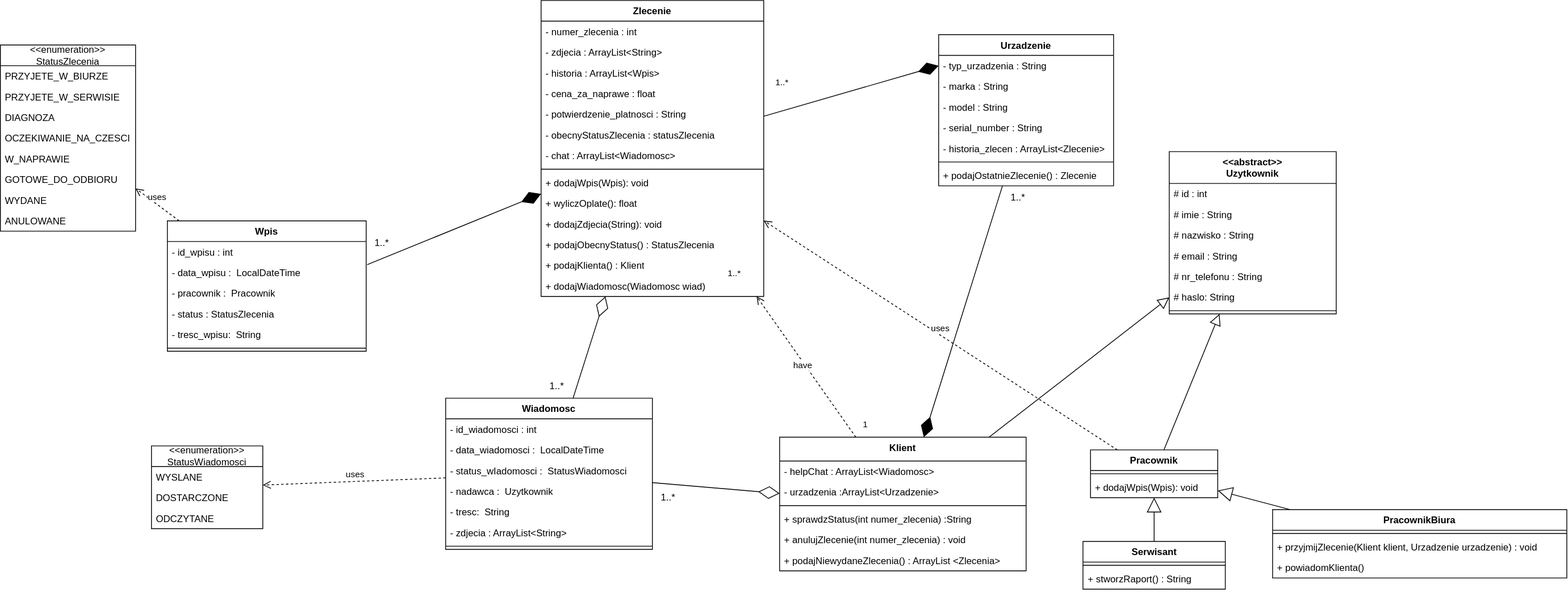
This is DiagramKlas.drawio.svg from pborysq/ProjektIO, a draw.io export, as it was before one commit. Source tidied: cells renumbered, new cells last; positions are measured from the earlier drawing's top-left corner, leaving out a move shared by most shapes.
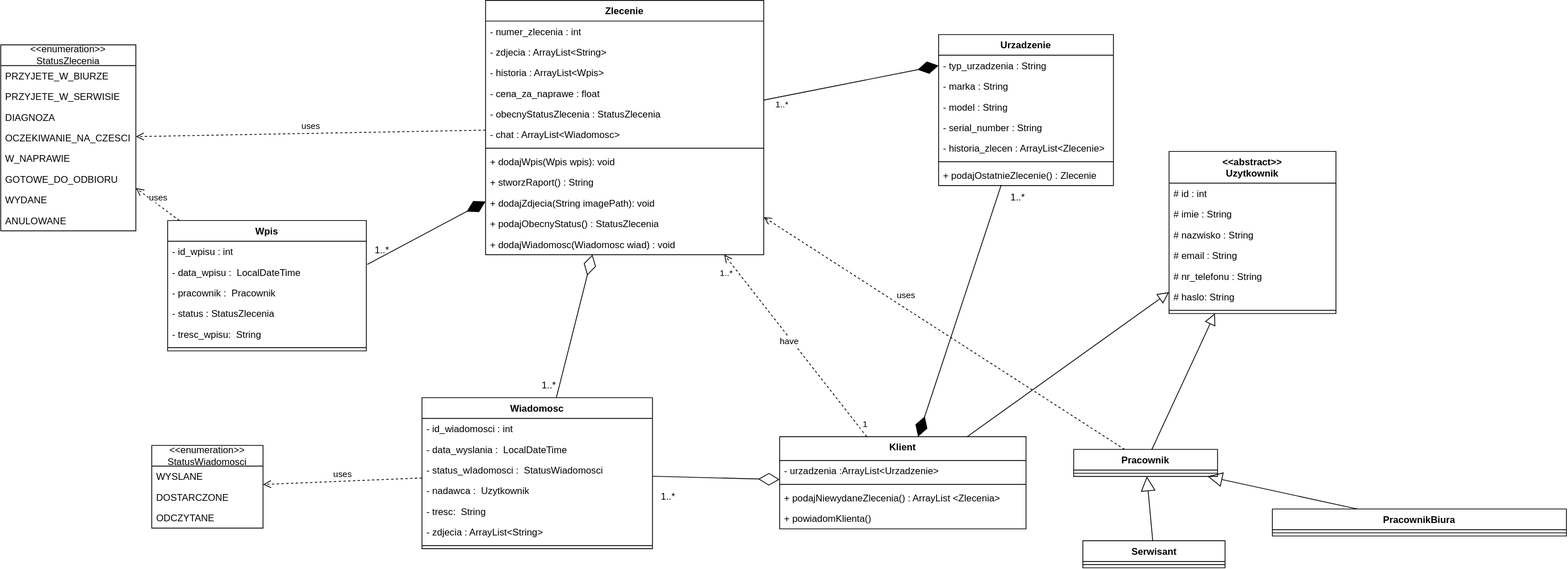
After the change.

Commit message:
diagram stanow 1 i diagram klas poprawiony

Diff of the diagram source:
```diff
@@ -51,70 +51,58 @@
       <mxGeometry y="208" width="170" height="26" as="geometry" />
     </mxCell>
     <mxCell id="18" value="Klient" style="swimlane;fontStyle=1;align=center;verticalAlign=top;horizontal=1;startSize=30;whiteSpace=wrap;html=1;" parent="1" vertex="1">
-      <mxGeometry x="980" y="549" width="310" height="168" as="geometry" />
+      <mxGeometry x="980" y="549" width="310" height="116" as="geometry" />
     </mxCell>
-    <mxCell id="19" value="- helpChat : ArrayList&lt;Wiadomosc&gt;" style="text;align=left;verticalAlign=top;spacingLeft=4;spacingRight=4;overflow=hidden;rounded=0;shadow=0;html=0;" parent="18" vertex="1">
-      <mxGeometry y="30" width="310" height="26" as="geometry" />
-    </mxCell>
     <mxCell id="20" value="- urzadzenia :ArrayList&lt;Urzadzenie&gt;" style="text;align=left;verticalAlign=top;spacingLeft=4;spacingRight=4;overflow=hidden;rounded=0;shadow=0;html=0;" parent="18" vertex="1">
-      <mxGeometry y="56" width="310" height="26" as="geometry" />
+      <mxGeometry y="30" width="310" height="26" as="geometry" />
     </mxCell>
     <mxCell id="21" style="line;strokeWidth=1;fillColor=none;align=left;verticalAlign=middle;spacingTop=-1;spacingLeft=3;spacingRight=3;labelPosition=right;strokeColor=inherit;" parent="18" vertex="1">
-      <mxGeometry y="82" width="310" height="8" as="geometry" />
+      <mxGeometry y="56" width="310" height="8" as="geometry" />
     </mxCell>
-    <mxCell id="22" value="+ sprawdzStatus(int numer_zlecenia) :String" style="text;strokeColor=none;fillColor=none;align=left;verticalAlign=top;spacingLeft=4;spacingRight=4;overflow=hidden;whiteSpace=wrap;html=1;" parent="18" vertex="1">
-      <mxGeometry y="90" width="310" height="26" as="geometry" />
-    </mxCell>
-    <mxCell id="23" value="+ anulujZlecenie(int numer_zlecenia) : void" style="text;strokeColor=none;fillColor=none;align=left;verticalAlign=top;spacingLeft=4;spacingRight=4;overflow=hidden;whiteSpace=wrap;html=1;" parent="18" vertex="1">
-      <mxGeometry y="116" width="310" height="26" as="geometry" />
-    </mxCell>
     <mxCell id="24" value="+ podajNiewydaneZlecenia() : ArrayList &amp;lt;Zlecenia&amp;gt;" style="text;strokeColor=none;fillColor=none;align=left;verticalAlign=top;spacingLeft=4;spacingRight=4;overflow=hidden;whiteSpace=wrap;html=1;" parent="18" vertex="1">
-      <mxGeometry y="142" width="310" height="26" as="geometry" />
+      <mxGeometry y="64" width="310" height="26" as="geometry" />
     </mxCell>
+    <mxCell id="54" value="+ powiadomKlienta()" style="text;strokeColor=none;fillColor=none;align=left;verticalAlign=top;spacingLeft=4;spacingRight=4;overflow=hidden;whiteSpace=wrap;html=1;" parent="18" vertex="1">
+      <mxGeometry y="90" width="310" height="26" as="geometry" />
+    </mxCell>
     <mxCell id="25" value="Zlecenie" style="swimlane;fontStyle=1;align=center;verticalAlign=top;horizontal=1;startSize=26;whiteSpace=wrap;html=1;" parent="1" vertex="1">
-      <mxGeometry x="680" width="280" height="372" as="geometry" />
+      <mxGeometry x="610" width="350" height="320" as="geometry" />
     </mxCell>
     <mxCell id="26" value="- numer_zlecenia : int" style="text;align=left;verticalAlign=top;spacingLeft=4;spacingRight=4;overflow=hidden;" parent="25" vertex="1">
-      <mxGeometry y="26" width="280" height="26" as="geometry" />
+      <mxGeometry y="26" width="350" height="26" as="geometry" />
     </mxCell>
     <mxCell id="27" value="- zdjecia : ArrayList&lt;String&gt;" style="text;align=left;verticalAlign=top;spacingLeft=4;spacingRight=4;overflow=hidden;rounded=0;shadow=0;html=0;" parent="25" vertex="1">
-      <mxGeometry y="52" width="280" height="26" as="geometry" />
+      <mxGeometry y="52" width="350" height="26" as="geometry" />
     </mxCell>
     <mxCell id="28" value="- historia : ArrayList&lt;Wpis&gt;" style="text;align=left;verticalAlign=top;spacingLeft=4;spacingRight=4;overflow=hidden;rounded=0;shadow=0;html=0;" parent="25" vertex="1">
-      <mxGeometry y="78" width="280" height="26" as="geometry" />
+      <mxGeometry y="78" width="350" height="26" as="geometry" />
     </mxCell>
     <mxCell id="29" value="- cena_za_naprawe : float" style="text;align=left;verticalAlign=top;spacingLeft=4;spacingRight=4;overflow=hidden;rounded=0;shadow=0;html=0;" parent="25" vertex="1">
-      <mxGeometry y="104" width="280" height="26" as="geometry" />
+      <mxGeometry y="104" width="350" height="26" as="geometry" />
     </mxCell>
-    <mxCell id="30" value="- potwierdzenie_platnosci : String" style="text;align=left;verticalAlign=top;spacingLeft=4;spacingRight=4;overflow=hidden;rounded=0;shadow=0;html=0;" parent="25" vertex="1">
-      <mxGeometry y="130" width="280" height="26" as="geometry" />
-    </mxCell>
-    <mxCell id="31" value="- obecnyStatusZlecenia : statusZlecenia" style="text;align=left;verticalAlign=top;spacingLeft=4;spacingRight=4;overflow=hidden;rounded=0;shadow=0;html=0;" parent="25" vertex="1">
-      <mxGeometry y="156" width="280" height="26" as="geometry" />
+    <mxCell id="31" value="- obecnyStatusZlecenia : StatusZlecenia" style="text;align=left;verticalAlign=top;spacingLeft=4;spacingRight=4;overflow=hidden;rounded=0;shadow=0;html=0;" parent="25" vertex="1">
+      <mxGeometry y="130" width="350" height="26" as="geometry" />
     </mxCell>
     <mxCell id="32" value="- chat : ArrayList&lt;Wiadomosc&gt;" style="text;align=left;verticalAlign=top;spacingLeft=4;spacingRight=4;overflow=hidden;rounded=0;shadow=0;html=0;" parent="25" vertex="1">
-      <mxGeometry y="182" width="280" height="26" as="geometry" />
+      <mxGeometry y="156" width="350" height="26" as="geometry" />
     </mxCell>
     <mxCell id="33" style="line;strokeWidth=1;fillColor=none;align=left;verticalAlign=middle;spacingTop=-1;spacingLeft=3;spacingRight=3;labelPosition=right;strokeColor=inherit;" parent="25" vertex="1">
-      <mxGeometry y="208" width="280" height="8" as="geometry" />
+      <mxGeometry y="182" width="350" height="8" as="geometry" />
     </mxCell>
-    <mxCell id="34" value="+ dodajWpis(Wpis): void" style="text;strokeColor=none;fillColor=none;align=left;verticalAlign=top;spacingLeft=4;spacingRight=4;overflow=hidden;whiteSpace=wrap;html=1;" parent="25" vertex="1">
-      <mxGeometry y="216" width="280" height="26" as="geometry" />
+    <mxCell id="34" value="+ dodajWpis(Wpis wpis): void" style="text;strokeColor=none;fillColor=none;align=left;verticalAlign=top;spacingLeft=4;spacingRight=4;overflow=hidden;whiteSpace=wrap;html=1;" parent="25" vertex="1">
+      <mxGeometry y="190" width="350" height="26" as="geometry" />
     </mxCell>
-    <mxCell id="35" value="+ wyliczOplate(): float&lt;span style=&quot;color: rgba(0, 0, 0, 0); font-family: monospace; font-size: 0px; white-space: nowrap;&quot;&gt;%3CmxGraphModel%3E%3Croot%3E%3CmxCell%20id%3D%220%22%2F%3E%3CmxCell%20id%3D%221%22%20parent%3D%220%22%2F%3E%3CmxCell%20id%3D%222%22%20parent%3D%221%22%20style%3D%22text%3BstrokeColor%3Dnone%3BfillColor%3Dnone%3Balign%3Dleft%3BverticalAlign%3Dtop%3BspacingLeft%3D4%3BspacingRight%3D4%3Boverflow%3Dhidden%3Brotatable%3D0%3Bpoints%3D%5B%5B0%2C0.5%5D%2C%5B1%2C0.5%5D%5D%3BportConstraint%3Deastwest%3BwhiteSpace%3Dwrap%3Bhtml%3D1%3B%22%20value%3D%22%2B%20method(type)%3A%20type%22%20vertex%3D%221%22%3E%3CmxGeometry%20height%3D%2226%22%20width%3D%22160%22%20x%3D%2260%22%20y%3D%22640%22%20as%3D%22geometry%22%2F%3E%3C%2FmxCell%3E%3C%2Froot%3E%3C%2FmxGraphModel%3E&lt;/span&gt;" style="text;strokeColor=none;fillColor=none;align=left;verticalAlign=top;spacingLeft=4;spacingRight=4;overflow=hidden;whiteSpace=wrap;html=1;" parent="25" vertex="1">
-      <mxGeometry y="242" width="280" height="26" as="geometry" />
-    </mxCell>
+    <mxCell id="50" value="+ stworzRaport() : String" style="text;strokeColor=none;fillColor=none;align=left;verticalAlign=top;spacingLeft=4;spacingRight=4;overflow=hidden;whiteSpace=wrap;html=1;" parent="25" vertex="1">
+      <mxGeometry y="216" width="350" height="26" as="geometry" />
+    </mxCell>
-    <mxCell id="36" value="+ dodajZdjecia(String): void" style="text;strokeColor=none;fillColor=none;align=left;verticalAlign=top;spacingLeft=4;spacingRight=4;overflow=hidden;whiteSpace=wrap;html=1;" parent="25" vertex="1">
-      <mxGeometry y="268" width="280" height="26" as="geometry" />
+    <mxCell id="36" value="+ dodajZdjecia(String imagePath): void" style="text;strokeColor=none;fillColor=none;align=left;verticalAlign=top;spacingLeft=4;spacingRight=4;overflow=hidden;whiteSpace=wrap;html=1;" parent="25" vertex="1">
+      <mxGeometry y="242" width="350" height="26" as="geometry" />
     </mxCell>
     <mxCell id="37" value="+ podajObecnyStatus() : StatusZlecenia" style="text;strokeColor=none;fillColor=none;align=left;verticalAlign=top;spacingLeft=4;spacingRight=4;overflow=hidden;whiteSpace=wrap;html=1;" parent="25" vertex="1">
-      <mxGeometry y="294" width="280" height="26" as="geometry" />
+      <mxGeometry y="268" width="350" height="26" as="geometry" />
     </mxCell>
-    <mxCell id="38" value="+ podajKlienta() : Klient" style="text;strokeColor=none;fillColor=none;align=left;verticalAlign=top;spacingLeft=4;spacingRight=4;overflow=hidden;whiteSpace=wrap;html=1;" parent="25" vertex="1">
-      <mxGeometry y="320" width="280" height="26" as="geometry" />
-    </mxCell>
-    <mxCell id="39" value="+ dodajWiadomosc(Wiadomosc wiad)" style="text;strokeColor=none;fillColor=none;align=left;verticalAlign=top;spacingLeft=4;spacingRight=4;overflow=hidden;whiteSpace=wrap;html=1;" parent="25" vertex="1">
-      <mxGeometry y="346" width="280" height="26" as="geometry" />
+    <mxCell id="39" value="+ dodajWiadomosc(Wiadomosc wiad) : void" style="text;strokeColor=none;fillColor=none;align=left;verticalAlign=top;spacingLeft=4;spacingRight=4;overflow=hidden;whiteSpace=wrap;html=1;" parent="25" vertex="1">
+      <mxGeometry y="294" width="350" height="26" as="geometry" />
     </mxCell>
     <mxCell id="40" value="Urzadzenie" style="swimlane;fontStyle=1;align=center;verticalAlign=top;horizontal=1;startSize=26;whiteSpace=wrap;html=1;" parent="1" vertex="1">
       <mxGeometry x="1180" y="43" width="220" height="190" as="geometry" />
@@ -141,35 +129,23 @@
       <mxGeometry y="164" width="220" height="26" as="geometry" />
     </mxCell>
     <mxCell id="48" value="Serwisant" style="swimlane;fontStyle=1;align=center;verticalAlign=top;horizontal=1;startSize=26;whiteSpace=wrap;html=1;" parent="1" vertex="1">
-      <mxGeometry x="1361.5" y="680" width="179" height="60" as="geometry" />
+      <mxGeometry x="1361.5" y="680" width="179" height="34" as="geometry" />
     </mxCell>
     <mxCell id="49" style="line;strokeWidth=1;fillColor=none;align=left;verticalAlign=middle;spacingTop=-1;spacingLeft=3;spacingRight=3;labelPosition=right;strokeColor=inherit;" parent="48" vertex="1">
       <mxGeometry y="26" width="179" height="8" as="geometry" />
     </mxCell>
-    <mxCell id="50" value="+ stworzRaport() : String" style="text;strokeColor=none;fillColor=none;align=left;verticalAlign=top;spacingLeft=4;spacingRight=4;overflow=hidden;whiteSpace=wrap;html=1;" parent="48" vertex="1">
-      <mxGeometry y="34" width="179" height="26" as="geometry" />
-    </mxCell>
     <mxCell id="51" value="PracownikBiura" style="swimlane;fontStyle=1;align=center;verticalAlign=top;horizontal=1;startSize=26;whiteSpace=wrap;html=1;" parent="1" vertex="1">
-      <mxGeometry x="1600" y="640" width="370" height="86" as="geometry" />
+      <mxGeometry x="1600" y="640" width="370" height="34" as="geometry" />
     </mxCell>
     <mxCell id="52" style="line;strokeWidth=1;fillColor=none;align=left;verticalAlign=middle;spacingTop=-1;spacingLeft=3;spacingRight=3;labelPosition=right;strokeColor=inherit;" parent="51" vertex="1">
       <mxGeometry y="26" width="370" height="8" as="geometry" />
     </mxCell>
-    <mxCell id="53" value="+ przyjmijZlecenie(Klient klient, Urzadzenie urzadzenie) : void" style="text;strokeColor=none;fillColor=none;align=left;verticalAlign=top;spacingLeft=4;spacingRight=4;overflow=hidden;whiteSpace=wrap;html=1;" parent="51" vertex="1">
-      <mxGeometry y="34" width="370" height="26" as="geometry" />
-    </mxCell>
-    <mxCell id="54" value="+ powiadomKlienta()" style="text;strokeColor=none;fillColor=none;align=left;verticalAlign=top;spacingLeft=4;spacingRight=4;overflow=hidden;whiteSpace=wrap;html=1;" parent="51" vertex="1">
-      <mxGeometry y="60" width="370" height="26" as="geometry" />
-    </mxCell>
     <mxCell id="55" value="Pracownik" style="swimlane;fontStyle=1;align=center;verticalAlign=top;horizontal=1;startSize=26;whiteSpace=wrap;html=1;" parent="1" vertex="1">
-      <mxGeometry x="1371" y="565" width="160" height="60" as="geometry" />
+      <mxGeometry x="1350" y="565" width="181" height="34" as="geometry" />
     </mxCell>
     <mxCell id="56" style="line;strokeWidth=1;fillColor=none;align=left;verticalAlign=middle;spacingTop=-1;spacingLeft=3;spacingRight=3;labelPosition=right;strokeColor=inherit;" parent="55" vertex="1">
-      <mxGeometry y="26" width="160" height="8" as="geometry" />
+      <mxGeometry y="26" width="181" height="8" as="geometry" />
     </mxCell>
-    <mxCell id="57" value="+ dodajWpis(Wpis): void" style="text;strokeColor=none;fillColor=none;align=left;verticalAlign=top;spacingLeft=4;spacingRight=4;overflow=hidden;whiteSpace=wrap;html=1;" parent="55" vertex="1">
-      <mxGeometry y="34" width="160" height="26" as="geometry" />
-    </mxCell>
     <mxCell id="58" style="endArrow=block;endSize=16;endFill=0;html=1;rounded=0;" parent="1" edge="1" source="48" target="55">
       <mxGeometry relative="1" as="geometry" />
     </mxCell>
@@ -177,28 +153,28 @@
       <mxGeometry relative="1" as="geometry" />
     </mxCell>
     <mxCell id="60" value="Wiadomosc" style="swimlane;fontStyle=1;align=center;verticalAlign=top;horizontal=1;startSize=26;whiteSpace=wrap;html=1;" parent="1" vertex="1">
-      <mxGeometry x="560" y="500" width="260" height="190" as="geometry" />
+      <mxGeometry x="530" y="500" width="290" height="190" as="geometry" />
     </mxCell>
     <mxCell id="61" value="&lt;div&gt;- id_wiadomosci : int&lt;/div&gt;" style="text;strokeColor=none;fillColor=none;align=left;verticalAlign=top;spacingLeft=4;spacingRight=4;overflow=hidden;whiteSpace=wrap;html=1;" parent="60" vertex="1">
-      <mxGeometry y="26" width="260" height="26" as="geometry" />
+      <mxGeometry y="26" width="290" height="26" as="geometry" />
     </mxCell>
-    <mxCell id="62" value="- data_wiadomosci :&amp;nbsp; LocalDateTime" style="text;strokeColor=none;fillColor=none;align=left;verticalAlign=top;spacingLeft=4;spacingRight=4;overflow=hidden;whiteSpace=wrap;html=1;" parent="60" vertex="1">
-      <mxGeometry y="52" width="260" height="26" as="geometry" />
+    <mxCell id="62" value="- data_wyslania :&amp;nbsp; LocalDateTime" style="text;strokeColor=none;fillColor=none;align=left;verticalAlign=top;spacingLeft=4;spacingRight=4;overflow=hidden;whiteSpace=wrap;html=1;" parent="60" vertex="1">
+      <mxGeometry y="52" width="290" height="26" as="geometry" />
     </mxCell>
     <mxCell id="63" value="- status_wIadomosci :&amp;nbsp; StatusWiadomosci" style="text;strokeColor=none;fillColor=none;align=left;verticalAlign=top;spacingLeft=4;spacingRight=4;overflow=hidden;whiteSpace=wrap;html=1;" parent="60" vertex="1">
-      <mxGeometry y="78" width="260" height="26" as="geometry" />
+      <mxGeometry y="78" width="290" height="26" as="geometry" />
     </mxCell>
     <mxCell id="64" value="- nadawca :&amp;nbsp; Uzytkownik" style="text;strokeColor=none;fillColor=none;align=left;verticalAlign=top;spacingLeft=4;spacingRight=4;overflow=hidden;whiteSpace=wrap;html=1;" parent="60" vertex="1">
-      <mxGeometry y="104" width="260" height="26" as="geometry" />
+      <mxGeometry y="104" width="290" height="26" as="geometry" />
     </mxCell>
     <mxCell id="65" value="- tresc:&amp;nbsp; String" style="text;strokeColor=none;fillColor=none;align=left;verticalAlign=top;spacingLeft=4;spacingRight=4;overflow=hidden;whiteSpace=wrap;html=1;" parent="60" vertex="1">
-      <mxGeometry y="130" width="260" height="26" as="geometry" />
+      <mxGeometry y="130" width="290" height="26" as="geometry" />
     </mxCell>
     <mxCell id="66" value="- zdjecia : ArrayList&lt;String&gt;" style="text;align=left;verticalAlign=top;spacingLeft=4;spacingRight=4;overflow=hidden;rounded=0;shadow=0;html=0;" parent="60" vertex="1">
-      <mxGeometry y="156" width="260" height="26" as="geometry" />
+      <mxGeometry y="156" width="290" height="26" as="geometry" />
     </mxCell>
     <mxCell id="67" style="line;strokeWidth=1;fillColor=none;align=left;verticalAlign=middle;spacingTop=-1;spacingLeft=3;spacingRight=3;labelPosition=right;strokeColor=inherit;" parent="60" vertex="1">
-      <mxGeometry y="182" width="260" height="8" as="geometry" />
+      <mxGeometry y="182" width="290" height="8" as="geometry" />
     </mxCell>
     <mxCell id="68" value="&amp;lt;&amp;lt;enumeration&amp;gt;&amp;gt;&lt;br&gt;StatusWiadomosci" style="swimlane;fontStyle=0;horizontal=1;startSize=26;fillColor=none;whiteSpace=wrap;html=1;" parent="1" vertex="1">
       <mxGeometry x="190" y="560" width="140" height="104" as="geometry" />
@@ -261,10 +237,10 @@
       <mxGeometry relative="1" as="geometry" />
     </mxCell>
     <mxCell id="88" value="1..*" style="text;html=1;whiteSpace=wrap;strokeColor=none;fillColor=none;align=center;verticalAlign=middle;rounded=0;" parent="1" vertex="1">
-      <mxGeometry x="450" y="290" width="60" height="30" as="geometry" />
+      <mxGeometry x="450" y="300" width="60" height="30" as="geometry" />
     </mxCell>
     <mxCell id="89" value="1..*" style="text;html=1;whiteSpace=wrap;strokeColor=none;fillColor=none;align=center;verticalAlign=middle;rounded=0;" parent="1" vertex="1">
-      <mxGeometry x="670" y="470" width="60" height="30" as="geometry" />
+      <mxGeometry x="660" y="470" width="60" height="30" as="geometry" />
     </mxCell>
     <mxCell id="90" value="1..*" style="text;html=1;whiteSpace=wrap;strokeColor=none;fillColor=none;align=center;verticalAlign=middle;rounded=0;" parent="1" vertex="1">
       <mxGeometry x="810" y="610" width="60" height="30" as="geometry" />
@@ -276,7 +252,7 @@
       <mxGeometry relative="1" as="geometry" />
     </mxCell>
     <mxCell id="93" value="&amp;nbsp;1..*" style="edgeLabel;html=1;align=left;verticalAlign=bottom;rotation=0;" parent="1" vertex="1">
-      <mxGeometry x="970" y="110" as="geometry" />
+      <mxGeometry x="970" y="138" as="geometry" />
     </mxCell>
     <mxCell id="94" style="html=1;verticalAlign=bottom;endArrow=open;dashed=1;endSize=8;curved=0;rounded=0;" parent="1" edge="1" source="18" target="25">
       <mxGeometry relative="1" as="geometry" />
@@ -287,13 +263,16 @@
       </mxGeometry>
     </mxCell>
     <mxCell id="96" value="uses" style="html=1;verticalAlign=bottom;endArrow=open;dashed=1;endSize=8;curved=0;rounded=0;" parent="1" edge="1" source="55" target="25">
-      <mxGeometry relative="1" as="geometry" />
+      <mxGeometry x="0.22" y="-7" relative="1" as="geometry" />
     </mxCell>
     <mxCell id="97" value="&amp;nbsp;1..*" style="edgeLabel;html=1;align=left;verticalAlign=bottom;" parent="1" vertex="1">
-      <mxGeometry x="910" y="350" as="geometry" />
+      <mxGeometry x="900" y="350" as="geometry" />
     </mxCell>
     <mxCell id="98" value="&amp;nbsp;1" style="edgeLabel;html=1;align=left;verticalAlign=bottom;" parent="1" vertex="1">
       <mxGeometry x="1080" y="540" as="geometry" />
     </mxCell>
+    <mxCell id="99" value="uses" style="html=1;verticalAlign=bottom;endArrow=open;dashed=1;endSize=8;curved=0;rounded=0;" parent="1" edge="1" source="25" target="9">
+      <mxGeometry relative="1" as="geometry" />
+    </mxCell>
   </root>
 </mxGraphModel>
```
